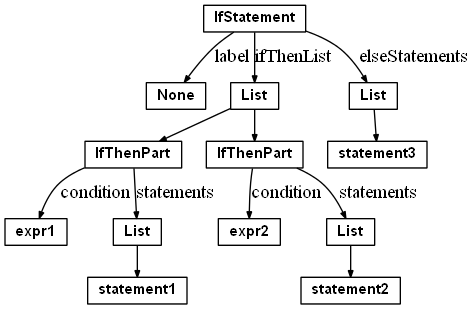
The Graphviz diagram document/Masterarbeit/images/IfStatement.png in chrreisinger/OpenVC, before a commit. Its source is kept beside it as document/Masterarbeit/src/IfStatement.dot.
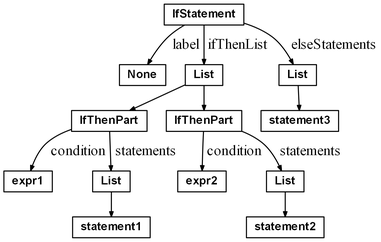
The same file after the commit.

The edit, as a diff of the source:
```diff
@@ -1,4 +1,5 @@
 digraph {
+	graph [ dpi = 300 ];
 	ordering=out;
 	ranksep=.3;
 	node [shape=box, fixedsize=false, fontsize=11, fontname="Helvetica-bold", width=.25, height=.25];
@@ -18,18 +19,18 @@
 	statement2;
 	statement3;
 
-	IfStatement-> None [label="label"]
-	IfStatement-> ifList [label="ifThenList"]
-	IfStatement-> elseList [label="elseStatements"]
+	IfStatement-> None [label=" label"]
+	IfStatement-> ifList [label=" ifThenList"]
+	IfStatement-> elseList [label=" elseStatements"]
 	ifList -> IfThenpart1
 	ifList -> IfThenpart2
 
-	IfThenpart1 -> expr1 [label="condition"]
-	IfThenpart1 -> List1 [label="statements"]
+	IfThenpart1 -> expr1 [label=" condition"]
+	IfThenpart1 -> List1 [label=" statements"]
 	List1 -> statement1
 
-	IfThenpart2 -> expr2 [label="condition"]
-	IfThenpart2 -> List2 [label="statements"]
+	IfThenpart2 -> expr2 [label=" condition"]
+	IfThenpart2 -> List2 [label=" statements"]
 	List2 -> statement2
 
 	elseList -> statement3
```
